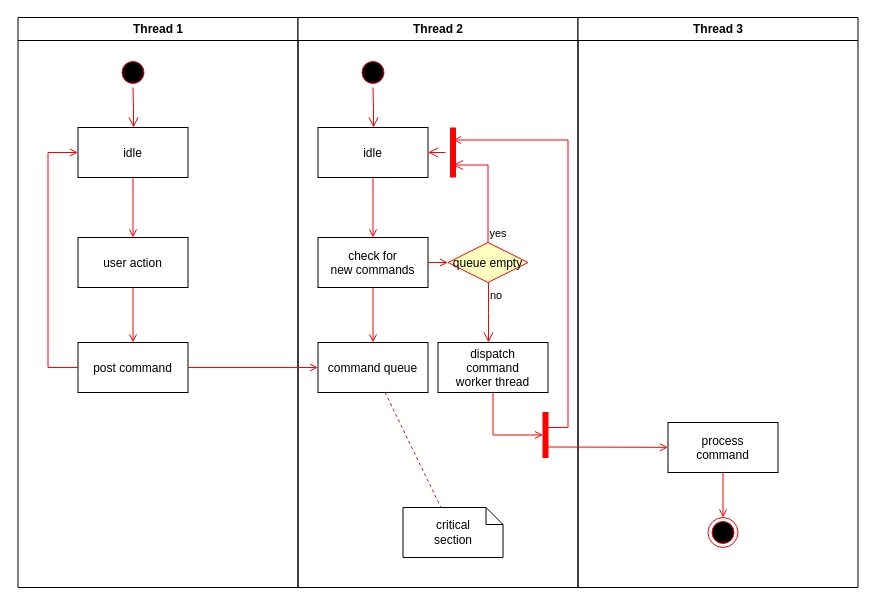
The draw.io diagram Proses Pemeriksaan.drawio in ratihpn99/rpn, before the edit. Source tidied: cells renumbered, new cells numbered last; positions are measured from the earlier drawing's top-left corner, leaving out a move shared by most shapes. Both pictures are drawn from the tidied source at 100%, with x=0, y=0 at pixel (17, 17).
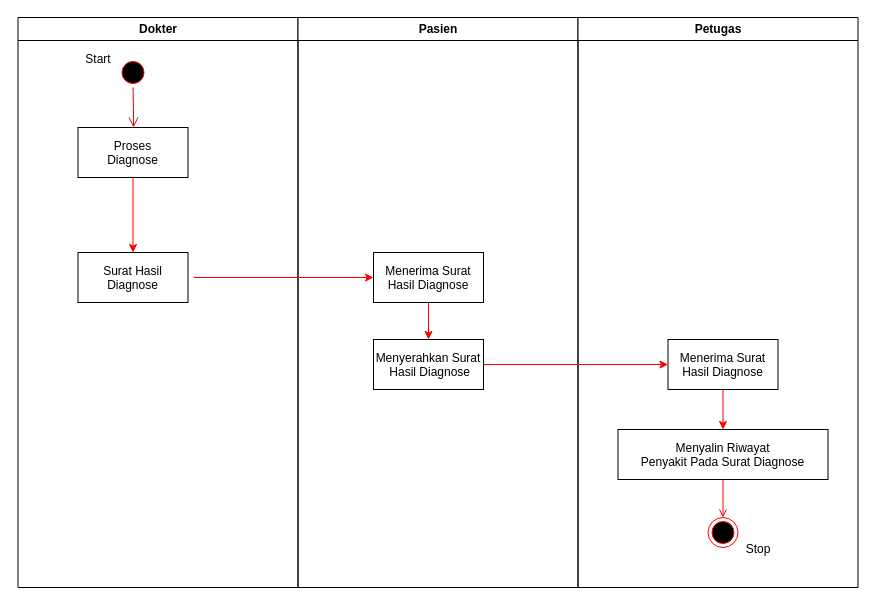
The same page after the edit.

Diff of the diagram source:
```diff
@@
-    <mxCell id="2" value="Thread 1" style="swimlane;whiteSpace=wrap;" parent="1" vertex="1">
+    <mxCell id="2" value="Dokter" style="swimlane;whiteSpace=wrap;" parent="1" vertex="1">
       <mxGeometry x="0.5" width="280" height="570" as="geometry" />
     </mxCell>
@@
-    <mxCell id="5" value="idle" parent="2" vertex="1">
+    <mxCell id="5" value="Proses&#10;Diagnose" parent="2" vertex="1">
       <mxGeometry x="60" y="110" width="110" height="50" as="geometry" />
     </mxCell>
-    <mxCell id="6" value="user action" parent="2" vertex="1">
-      <mxGeometry x="60" y="220" width="110" height="50" as="geometry" />
-    </mxCell>
-    <mxCell id="7" style="endArrow=open;strokeColor=#FF0000;endFill=1;rounded=0;" parent="2" edge="1" source="5" target="6">
-      <mxGeometry relative="1" as="geometry" />
-    </mxCell>
-    <mxCell id="8" value="post command" parent="2" vertex="1">
-      <mxGeometry x="60" y="325" width="110" height="50" as="geometry" />
-    </mxCell>
-    <mxCell id="9" style="endArrow=open;strokeColor=#FF0000;endFill=1;rounded=0;" parent="2" edge="1" source="6" target="8">
-      <mxGeometry relative="1" as="geometry" />
-    </mxCell>
-    <mxCell id="10" style="edgeStyle=elbowEdgeStyle;elbow=horizontal;strokeColor=#FF0000;endArrow=open;endFill=1;rounded=0;" parent="2" edge="1" source="8" target="5">
-      <mxGeometry relative="1" as="geometry">
-        <Array as="points">
-          <mxPoint x="30" y="250" />
-        </Array>
-      </mxGeometry>
-    </mxCell>
+    <mxCell id="37" value="Surat Hasil&#10;Diagnose" parent="2" vertex="1">
+      <mxGeometry x="60" y="235" width="110" height="50" as="geometry" />
+    </mxCell>
+    <mxCell id="38" style="endArrow=classic;html=1;strokeColor=#FF0000;entryX=0.5;entryY=0;entryDx=0;entryDy=0;exitX=0.5;exitY=1;exitDx=0;exitDy=0;" parent="2" edge="1" source="5" target="37">
+      <mxGeometry relative="1" as="geometry" />
+    </mxCell>
+    <mxCell id="39" value="Start" style="text;html=1;strokeColor=none;fillColor=none;align=center;verticalAlign=middle;whiteSpace=wrap;rounded=0;" parent="2" vertex="1">
+      <mxGeometry x="60" y="32" width="40" height="20" as="geometry" />
+    </mxCell>
-    <mxCell id="11" value="Thread 2" style="swimlane;whiteSpace=wrap;" parent="1" vertex="1">
+    <mxCell id="11" value="Pasien" style="swimlane;whiteSpace=wrap;" parent="1" vertex="1">
       <mxGeometry x="280.5" width="280" height="570" as="geometry" />
     </mxCell>
-    <mxCell id="12" style="ellipse;shape=startState;fillColor=#000000;strokeColor=#ff0000;" parent="11" vertex="1">
-      <mxGeometry x="60" y="40" width="30" height="30" as="geometry" />
-    </mxCell>
-    <mxCell id="13" style="edgeStyle=elbowEdgeStyle;elbow=horizontal;verticalAlign=bottom;endArrow=open;endSize=8;strokeColor=#FF0000;endFill=1;rounded=0;" parent="11" edge="1" source="12" target="14">
-      <mxGeometry x="40" y="20" as="geometry" />
-    </mxCell>
-    <mxCell id="14" value="idle" parent="11" vertex="1">
-      <mxGeometry x="20" y="110" width="110" height="50" as="geometry" />
-    </mxCell>
-    <mxCell id="15" value="check for &#10;new commands" parent="11" vertex="1">
-      <mxGeometry x="20" y="220" width="110" height="50" as="geometry" />
+    <mxCell id="15" value="Menerima Surat&#10;Hasil Diagnose" parent="11" vertex="1">
+      <mxGeometry x="75.5" y="235" width="110" height="50" as="geometry" />
     </mxCell>
-    <mxCell id="16" style="endArrow=open;strokeColor=#FF0000;endFill=1;rounded=0;" parent="11" edge="1" source="14" target="15">
-      <mxGeometry relative="1" as="geometry" />
-    </mxCell>
-    <mxCell id="17" value="command queue" parent="11" vertex="1">
-      <mxGeometry x="20" y="325" width="110" height="50" as="geometry" />
+    <mxCell id="17" value="Menyerahkan Surat&#10; Hasil Diagnose" parent="11" vertex="1">
+      <mxGeometry x="75.5" y="322" width="110" height="50" as="geometry" />
     </mxCell>
-    <mxCell id="18" style="endArrow=open;strokeColor=#FF0000;endFill=1;rounded=0;" parent="11" edge="1" source="15" target="17">
+    <mxCell id="18" style="endArrow=classic;html=1;strokeColor=#FF0000;entryX=0.5;entryY=0;entryDx=0;entryDy=0;exitX=0.5;exitY=1;exitDx=0;exitDy=0;" parent="11" edge="1" source="15" target="17">
       <mxGeometry relative="1" as="geometry" />
     </mxCell>
-    <mxCell id="19" value="queue empty" style="rhombus;fillColor=#ffffc0;strokeColor=#ff0000;" parent="11" vertex="1">
-      <mxGeometry x="150" y="225" width="80" height="40" as="geometry" />
-    </mxCell>
-    <mxCell id="20" value="yes" style="edgeStyle=elbowEdgeStyle;elbow=horizontal;align=left;verticalAlign=bottom;endArrow=open;endSize=8;strokeColor=#FF0000;exitX=0.5;exitY=0;endFill=1;rounded=0;entryX=0.75;entryY=0.5;entryPerimeter=0;" parent="11" edge="1" source="19" target="23">
-      <mxGeometry x="-1" relative="1" as="geometry">
-        <Array as="points">
-          <mxPoint x="190" y="180" />
-        </Array>
-      </mxGeometry>
-    </mxCell>
-    <mxCell id="21" value="no" style="edgeStyle=elbowEdgeStyle;elbow=horizontal;align=left;verticalAlign=top;endArrow=open;endSize=8;strokeColor=#FF0000;endFill=1;rounded=0;" parent="11" edge="1" source="19" target="25">
-      <mxGeometry x="-1" relative="1" as="geometry" />
-    </mxCell>
-    <mxCell id="22" style="endArrow=open;strokeColor=#FF0000;endFill=1;rounded=0;" parent="11" edge="1" source="15" target="19">
-      <mxGeometry relative="1" as="geometry" />
-    </mxCell>
-    <mxCell id="23" style="shape=line;strokeWidth=6;strokeColor=#ff0000;rotation=90;" parent="11" vertex="1">
-      <mxGeometry x="130" y="127.5" width="50" height="15" as="geometry" />
-    </mxCell>
-    <mxCell id="24" style="edgeStyle=elbowEdgeStyle;elbow=horizontal;verticalAlign=bottom;endArrow=open;endSize=8;strokeColor=#FF0000;endFill=1;rounded=0;" parent="11" edge="1" source="23" target="14">
-      <mxGeometry x="130" y="90" as="geometry" />
-    </mxCell>
-    <mxCell id="25" value="dispatch&#10;command&#10;worker thread" parent="11" vertex="1">
-      <mxGeometry x="140" y="325" width="110" height="50" as="geometry" />
-    </mxCell>
-    <mxCell id="26" value="critical&#10;section" style="shape=note;whiteSpace=wrap;size=17;" parent="11" vertex="1">
-      <mxGeometry x="105" y="490" width="100" height="50" as="geometry" />
-    </mxCell>
-    <mxCell id="27" style="endArrow=none;strokeColor=#FF0000;endFill=0;rounded=0;dashed=1;" parent="11" edge="1" source="17" target="26">
-      <mxGeometry relative="1" as="geometry" />
-    </mxCell>
-    <mxCell id="28" style="whiteSpace=wrap;strokeColor=#FF0000;fillColor=#FF0000;" parent="11" vertex="1">
-      <mxGeometry x="245" y="395" width="5" height="45" as="geometry" />
-    </mxCell>
-    <mxCell id="29" style="edgeStyle=elbowEdgeStyle;elbow=horizontal;entryX=0;entryY=0.5;strokeColor=#FF0000;endArrow=open;endFill=1;rounded=0;" parent="11" edge="1" source="25" target="28">
-      <mxGeometry relative="1" as="geometry">
-        <Array as="points">
-          <mxPoint x="195" y="400" />
-        </Array>
-      </mxGeometry>
-    </mxCell>
-    <mxCell id="30" value="Thread 3" style="swimlane;whiteSpace=wrap;" parent="1" vertex="1">
+    <mxCell id="30" value="Petugas" style="swimlane;whiteSpace=wrap;" parent="1" vertex="1">
       <mxGeometry x="560.5" width="280" height="570" as="geometry" />
     </mxCell>
-    <mxCell id="31" value="process&#10;command" parent="30" vertex="1">
-      <mxGeometry x="90" y="405" width="110" height="50" as="geometry" />
+    <mxCell id="31" value="Menyalin Riwayat&#10;Penyakit Pada Surat Diagnose" parent="30" vertex="1">
+      <mxGeometry x="40" y="412" width="210" height="50" as="geometry" />
     </mxCell>
-    <mxCell id="32" style="edgeStyle=elbowEdgeStyle;elbow=horizontal;strokeColor=#FF0000;endArrow=open;endFill=1;rounded=0;entryX=0.25;entryY=0.5;entryPerimeter=0;" parent="30" edge="1" target="23">
-      <mxGeometry relative="1" as="geometry">
-        <mxPoint x="-30" y="410" as="sourcePoint" />
-        <Array as="points">
-          <mxPoint x="-10" y="135" />
-        </Array>
-      </mxGeometry>
-    </mxCell>
-    <mxCell id="33" style="edgeStyle=none;strokeColor=#FF0000;endArrow=open;endFill=1;rounded=0;" parent="30" edge="1" target="31">
-      <mxGeometry relative="1" as="geometry">
-        <mxPoint x="-30" y="429.5" as="sourcePoint" />
-      </mxGeometry>
-    </mxCell>
@@
-    <mxCell id="36" style="endArrow=open;strokeColor=#FF0000;endFill=1;rounded=0;" parent="1" edge="1" source="8" target="17">
-      <mxGeometry relative="1" as="geometry" />
-    </mxCell>
+    <mxCell id="40" value="Menerima Surat&#10;Hasil Diagnose" parent="30" vertex="1">
+      <mxGeometry x="90" y="322" width="110" height="50" as="geometry" />
+    </mxCell>
+    <mxCell id="41" style="endArrow=classic;html=1;strokeColor=#FF0000;entryX=0.5;entryY=0;entryDx=0;entryDy=0;exitX=0.5;exitY=1;exitDx=0;exitDy=0;" parent="30" edge="1" source="40" target="31">
+      <mxGeometry relative="1" as="geometry" />
+    </mxCell>
+    <mxCell id="42" value="Stop" style="text;html=1;strokeColor=none;fillColor=none;align=center;verticalAlign=middle;whiteSpace=wrap;rounded=0;" parent="30" vertex="1">
+      <mxGeometry x="160" y="522" width="40" height="20" as="geometry" />
+    </mxCell>
+    <mxCell id="43" style="endArrow=classic;html=1;strokeColor=#FF0000;entryX=0;entryY=0.5;entryDx=0;entryDy=0;" parent="1" edge="1" target="15">
+      <mxGeometry relative="1" as="geometry">
+        <mxPoint x="176" y="260" as="sourcePoint" />
+      </mxGeometry>
+    </mxCell>
+    <mxCell id="44" style="endArrow=classic;html=1;strokeColor=#FF0000;entryX=0;entryY=0.5;entryDx=0;entryDy=0;exitX=1;exitY=0.5;exitDx=0;exitDy=0;" parent="1" edge="1" source="17" target="40">
+      <mxGeometry relative="1" as="geometry" />
+    </mxCell>
```
